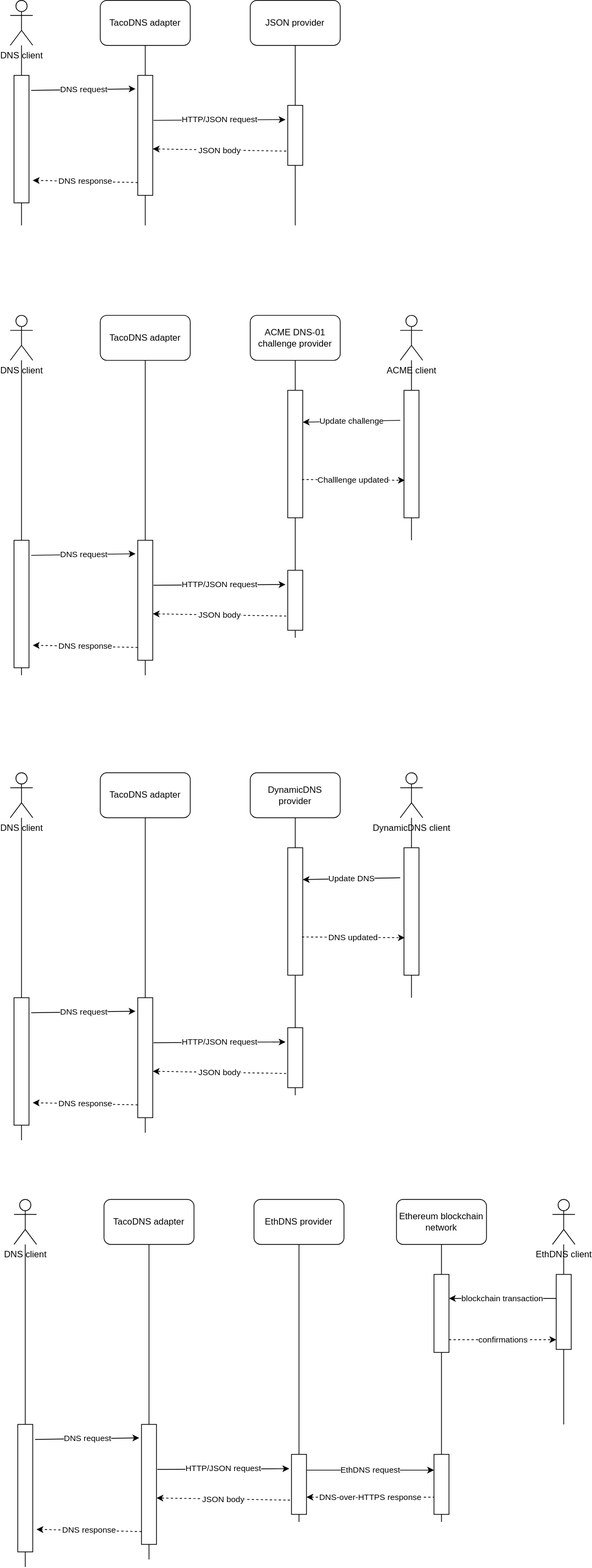
chris13524/tacodns keeps this draw.io diagram as sequence-diagram.drawio.svg. Above is the earlier version. Source tidied: cells renumbered, new cells last; positions are measured from the earlier drawing's top-left corner, leaving out a move shared by most shapes.
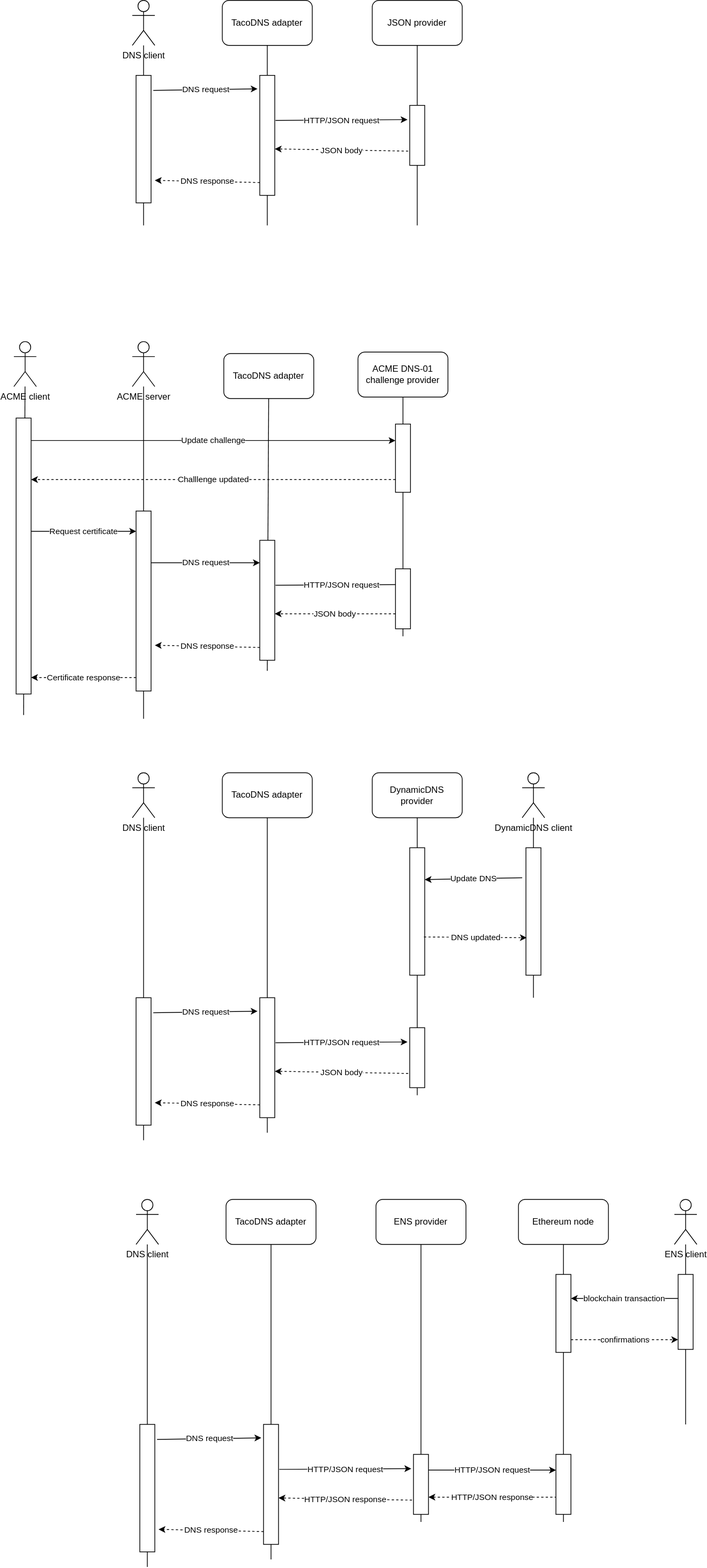
Above is the later version.

Change to the diagram source:
```diff
@@ -56,36 +56,38 @@
         <mxPoint x="30" y="240" as="targetPoint" />
       </mxGeometry>
     </mxCell>
-    <mxCell id="15" value="DNS client" style="shape=umlActor;verticalLabelPosition=bottom;verticalAlign=top;html=1;outlineConnect=0;" parent="1" vertex="1">
-      <mxGeometry y="420" width="30" height="60" as="geometry" />
+    <mxCell id="15" value="ACME server" style="shape=umlActor;verticalLabelPosition=bottom;verticalAlign=top;html=1;outlineConnect=0;" parent="1" vertex="1">
+      <mxGeometry y="455" width="30" height="60" as="geometry" />
     </mxCell>
     <mxCell id="16" style="endArrow=none;html=1;" parent="1" edge="1" target="15">
       <mxGeometry relative="1" as="geometry">
-        <mxPoint x="15" y="900" as="sourcePoint" />
+        <mxPoint x="15" y="958" as="sourcePoint" />
       </mxGeometry>
     </mxCell>
     <mxCell id="17" value="TacoDNS adapter" style="rounded=1;whiteSpace=wrap;html=1;" parent="1" vertex="1">
-      <mxGeometry x="120" y="420" width="120" height="60" as="geometry" />
+      <mxGeometry x="122" y="471" width="120" height="60" as="geometry" />
     </mxCell>
     <mxCell id="18" style="endArrow=none;html=1;" parent="1" edge="1" target="17">
       <mxGeometry relative="1" as="geometry">
-        <mxPoint x="180" y="900" as="sourcePoint" />
+        <mxPoint x="180" y="894" as="sourcePoint" />
       </mxGeometry>
     </mxCell>
     <mxCell id="19" value="ACME DNS-01 challenge provider" style="rounded=1;whiteSpace=wrap;html=1;" parent="1" vertex="1">
-      <mxGeometry x="320" y="420" width="120" height="60" as="geometry" />
+      <mxGeometry x="301" y="469" width="120" height="60" as="geometry" />
     </mxCell>
     <mxCell id="20" style="endArrow=none;html=1;" parent="1" edge="1" target="19">
       <mxGeometry relative="1" as="geometry">
-        <mxPoint x="380" y="850" as="sourcePoint" />
+        <mxPoint x="361" y="848" as="sourcePoint" />
       </mxGeometry>
     </mxCell>
     <mxCell id="21" style="rounded=0;whiteSpace=wrap;html=1;" parent="1" vertex="1">
-      <mxGeometry x="5" y="720" width="20" height="170" as="geometry" />
+      <mxGeometry x="5" y="681" width="20" height="240" as="geometry" />
     </mxCell>
-    <mxCell id="22" value="DNS request" style="endArrow=classic;html=1;exitX=1.15;exitY=0.118;exitDx=0;exitDy=0;exitPerimeter=0;" parent="1" edge="1" source="21">
+    <mxCell id="22" value="DNS request" style="endArrow=classic;html=1;edgeStyle=elbowEdgeStyle;elbow=vertical;" parent="1" edge="1" source="21" target="24">
       <mxGeometry relative="1" as="geometry">
-        <mxPoint x="167" y="738" as="targetPoint" />
+        <Array as="points">
+          <mxPoint x="98" y="750" />
+        </Array>
       </mxGeometry>
     </mxCell>
     <mxCell id="23" value="HTTP/JSON request" style="endArrow=classic;html=1;exitX=1.05;exitY=0.375;exitDx=0;exitDy=0;exitPerimeter=0;" parent="1" edge="1" source="24">
@@ -97,12 +99,10 @@
       <mxGeometry x="170" y="720" width="20" height="160" as="geometry" />
     </mxCell>
     <mxCell id="25" style="rounded=0;whiteSpace=wrap;html=1;" parent="1" vertex="1">
-      <mxGeometry x="370" y="760" width="20" height="80" as="geometry" />
+      <mxGeometry x="351" y="758" width="20" height="80" as="geometry" />
     </mxCell>
-    <mxCell id="26" value="JSON body" style="endArrow=classic;html=1;entryX=1;entryY=0.613;entryDx=0;entryDy=0;entryPerimeter=0;dashed=1;" parent="1" edge="1" target="24">
-      <mxGeometry relative="1" as="geometry">
-        <mxPoint x="368" y="821" as="sourcePoint" />
-      </mxGeometry>
+    <mxCell id="26" value="JSON body" style="endArrow=classic;html=1;entryX=1;entryY=0.613;entryDx=0;entryDy=0;entryPerimeter=0;dashed=1;edgeStyle=elbowEdgeStyle;elbow=vertical;" parent="1" edge="1" source="25" target="24">
+      <mxGeometry relative="1" as="geometry" />
     </mxCell>
     <mxCell id="27" value="DNS response" style="endArrow=classic;html=1;dashed=1;" parent="1" edge="1">
       <mxGeometry relative="1" as="geometry">
@@ -111,26 +111,32 @@
       </mxGeometry>
     </mxCell>
     <mxCell id="28" value="ACME client" style="shape=umlActor;verticalLabelPosition=bottom;verticalAlign=top;html=1;outlineConnect=0;" parent="1" vertex="1">
-      <mxGeometry x="520" y="420" width="30" height="60" as="geometry" />
+      <mxGeometry x="-158" y="455" width="30" height="60" as="geometry" />
     </mxCell>
     <mxCell id="29" style="endArrow=none;html=1;" parent="1" edge="1" target="28">
       <mxGeometry relative="1" as="geometry">
-        <mxPoint x="535" y="720" as="sourcePoint" />
+        <mxPoint x="-145" y="953" as="sourcePoint" />
       </mxGeometry>
     </mxCell>
     <mxCell id="30" style="rounded=0;whiteSpace=wrap;html=1;" parent="1" vertex="1">
-      <mxGeometry x="525" y="520" width="20" height="170" as="geometry" />
+      <mxGeometry x="-155" y="557" width="20" height="368" as="geometry" />
     </mxCell>
     <mxCell id="31" style="rounded=0;whiteSpace=wrap;html=1;" parent="1" vertex="1">
-      <mxGeometry x="370" y="520" width="20" height="170" as="geometry" />
+      <mxGeometry x="351" y="565" width="20" height="91" as="geometry" />
     </mxCell>
-    <mxCell id="32" value="Update challenge" style="endArrow=classic;html=1;entryX=1;entryY=0.25;entryDx=0;entryDy=0;" parent="1" edge="1" target="31">
+    <mxCell id="32" value="Update challenge" style="endArrow=classic;html=1;edgeStyle=elbowEdgeStyle;elbow=vertical;" parent="1" edge="1" source="30" target="31">
       <mxGeometry relative="1" as="geometry">
-        <mxPoint x="520" y="560" as="sourcePoint" />
+        <Array as="points">
+          <mxPoint x="118" y="587" />
+        </Array>
       </mxGeometry>
     </mxCell>
-    <mxCell id="33" value="Challlenge updated" style="endArrow=classic;html=1;entryX=0.05;entryY=0.706;entryDx=0;entryDy=0;entryPerimeter=0;exitX=0.95;exitY=0.7;exitDx=0;exitDy=0;exitPerimeter=0;dashed=1;" parent="1" edge="1" source="31" target="30">
-      <mxGeometry relative="1" as="geometry" />
+    <mxCell id="33" value="Challlenge updated" style="endArrow=classic;html=1;dashed=1;edgeStyle=elbowEdgeStyle;elbow=vertical;" parent="1" edge="1" source="31" target="30">
+      <mxGeometry relative="1" as="geometry">
+        <Array as="points">
+          <mxPoint x="128" y="639" />
+        </Array>
+      </mxGeometry>
     </mxCell>
     <mxCell id="34" value="DNS client" style="shape=umlActor;verticalLabelPosition=bottom;verticalAlign=top;html=1;outlineConnect=0;" parent="1" vertex="1">
       <mxGeometry y="1030" width="30" height="60" as="geometry" />
@@ -224,7 +230,7 @@
         <mxPoint x="185" y="2079" as="sourcePoint" />
       </mxGeometry>
     </mxCell>
-    <mxCell id="57" value="EthDNS provider" style="rounded=1;whiteSpace=wrap;html=1;" parent="1" vertex="1">
+    <mxCell id="57" value="ENS provider" style="rounded=1;whiteSpace=wrap;html=1;" parent="1" vertex="1">
       <mxGeometry x="325" y="1599" width="120" height="60" as="geometry" />
     </mxCell>
     <mxCell id="58" style="endArrow=none;html=1;" parent="1" edge="1" target="57">
@@ -251,7 +257,7 @@
     <mxCell id="63" style="rounded=0;whiteSpace=wrap;html=1;" parent="1" vertex="1">
       <mxGeometry x="375" y="1939" width="20" height="80" as="geometry" />
     </mxCell>
-    <mxCell id="64" value="JSON body" style="endArrow=classic;html=1;entryX=1;entryY=0.613;entryDx=0;entryDy=0;entryPerimeter=0;dashed=1;" parent="1" edge="1" target="62">
+    <mxCell id="64" value="HTTP/JSON response" style="endArrow=classic;html=1;entryX=1;entryY=0.613;entryDx=0;entryDy=0;entryPerimeter=0;dashed=1;" parent="1" edge="1" target="62">
       <mxGeometry relative="1" as="geometry">
         <mxPoint x="373" y="2000" as="sourcePoint" />
       </mxGeometry>
@@ -262,7 +268,7 @@
         <mxPoint x="35" y="2039" as="targetPoint" />
       </mxGeometry>
     </mxCell>
-    <mxCell id="66" value="EthDNS client" style="shape=umlActor;verticalLabelPosition=bottom;verticalAlign=top;html=1;outlineConnect=0;" parent="1" vertex="1">
+    <mxCell id="66" value="ENS client" style="shape=umlActor;verticalLabelPosition=bottom;verticalAlign=top;html=1;outlineConnect=0;" parent="1" vertex="1">
       <mxGeometry x="723" y="1599" width="30" height="60" as="geometry" />
     </mxCell>
     <mxCell id="67" style="endArrow=none;html=1;" parent="1" edge="1" target="66">
@@ -287,7 +293,7 @@
         </Array>
       </mxGeometry>
     </mxCell>
-    <mxCell id="71" value="Ethereum blockchain network" style="rounded=1;whiteSpace=wrap;html=1;" parent="1" vertex="1">
+    <mxCell id="71" value="Ethereum node" style="rounded=1;whiteSpace=wrap;html=1;" parent="1" vertex="1">
       <mxGeometry x="515" y="1599" width="120" height="60" as="geometry" />
     </mxCell>
     <mxCell id="72" style="endArrow=none;html=1;" parent="1" edge="1" target="71">
@@ -301,19 +307,33 @@
     <mxCell id="74" style="rounded=0;whiteSpace=wrap;html=1;" parent="1" vertex="1">
       <mxGeometry x="565" y="1699" width="20" height="104" as="geometry" />
     </mxCell>
-    <mxCell id="75" value="EthDNS request" style="endArrow=classic;html=1;edgeStyle=elbowEdgeStyle;elbow=vertical;" parent="1" edge="1" source="63" target="73">
+    <mxCell id="75" value="HTTP/JSON request" style="endArrow=classic;html=1;edgeStyle=elbowEdgeStyle;elbow=vertical;" parent="1" edge="1" source="63" target="73">
       <mxGeometry relative="1" as="geometry">
         <Array as="points">
           <mxPoint x="471" y="1960" />
         </Array>
       </mxGeometry>
     </mxCell>
-    <mxCell id="76" value="DNS-over-HTTPS response" style="endArrow=none;html=1;edgeStyle=elbowEdgeStyle;elbow=vertical;startArrow=classic;startFill=1;endFill=0;dashed=1;" parent="1" edge="1" source="63" target="73">
+    <mxCell id="76" value="HTTP/JSON response" style="endArrow=none;html=1;edgeStyle=elbowEdgeStyle;elbow=vertical;startArrow=classic;startFill=1;endFill=0;dashed=1;" parent="1" edge="1" source="63" target="73">
       <mxGeometry relative="1" as="geometry">
         <Array as="points">
           <mxPoint x="481" y="1996" />
         </Array>
       </mxGeometry>
     </mxCell>
+    <mxCell id="77" value="Request certificate" style="endArrow=classic;html=1;edgeStyle=elbowEdgeStyle;elbow=vertical;" parent="1" edge="1" source="30" target="21">
+      <mxGeometry relative="1" as="geometry">
+        <Array as="points">
+          <mxPoint x="-67" y="708" />
+        </Array>
+      </mxGeometry>
+    </mxCell>
+    <mxCell id="78" value="Certificate response" style="endArrow=classic;html=1;dashed=1;edgeStyle=elbowEdgeStyle;elbow=vertical;" parent="1" edge="1" source="21" target="30">
+      <mxGeometry relative="1" as="geometry">
+        <Array as="points">
+          <mxPoint x="-40" y="903" />
+        </Array>
+      </mxGeometry>
+    </mxCell>
   </root>
 </mxGraphModel>
```
